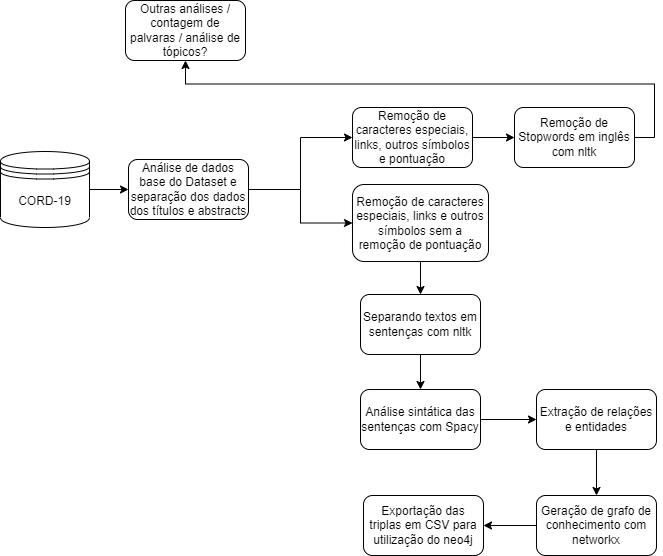
Above: Drawio Cord19/workflow.drawio (1).png in HGuigit/KnowledgeGraphExtractionfromText (draw.io), before the change. Source tidied: cells renumbered, new cells last; positions are measured from the earlier drawing's top-left corner, leaving out a move shared by most shapes.
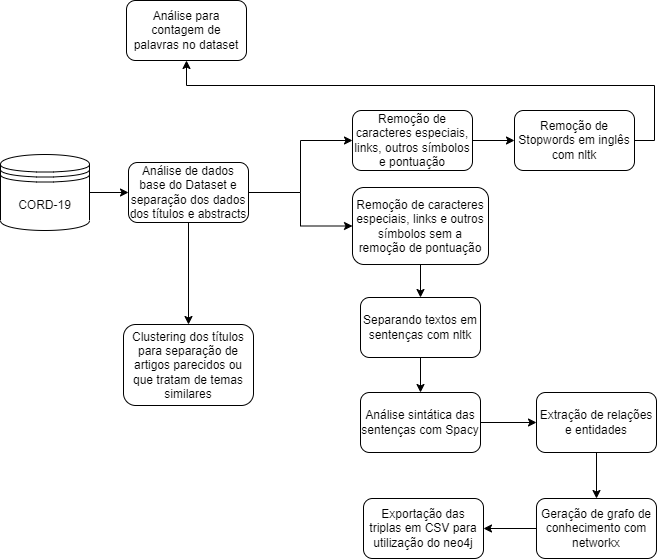
The same diagram one commit later.

The edit, as a diff of the source:
```diff
@@ -14,6 +14,9 @@
     <mxCell id="5" style="edgeStyle=orthogonalEdgeStyle;rounded=0;jettySize=auto;html=1;" parent="1" edge="1" source="6" target="10">
       <mxGeometry relative="1" as="geometry" />
     </mxCell>
+    <mxCell id="23" style="edgeStyle=orthogonalEdgeStyle;rounded=0;jettySize=auto;html=1;exitX=0.5;exitY=1;exitDx=0;exitDy=0;entryX=0.5;entryY=0;entryDx=0;entryDy=0;" parent="1" edge="1" source="6" target="24">
+      <mxGeometry relative="1" as="geometry" />
+    </mxCell>
     <mxCell id="6" value="Análise de dados base do Dataset e separação dos dados dos títulos e abstracts" style="rounded=1;whiteSpace=wrap;html=1;" parent="1" vertex="1">
       <mxGeometry x="128" y="159" width="120" height="60" as="geometry" />
     </mxCell>
@@ -35,8 +38,8 @@
     <mxCell id="12" value="Remoção de Stopwords em inglês com nltk" style="rounded=1;whiteSpace=wrap;html=1;" parent="1" vertex="1">
       <mxGeometry x="514" y="107" width="120" height="60" as="geometry" />
     </mxCell>
-    <mxCell id="13" value="Outras análises / contagem de palvaras / análise de tópicos?" style="rounded=1;whiteSpace=wrap;html=1;" parent="1" vertex="1">
-      <mxGeometry x="125" width="120" height="60" as="geometry" />
+    <mxCell id="13" value="Análise para contagem de palavras no dataset" style="rounded=1;whiteSpace=wrap;html=1;" parent="1" vertex="1">
+      <mxGeometry x="126" y="-3" width="120" height="60" as="geometry" />
     </mxCell>
     <mxCell id="14" style="edgeStyle=orthogonalEdgeStyle;rounded=0;jettySize=auto;html=1;exitX=0.5;exitY=1;exitDx=0;exitDy=0;" parent="1" edge="1" source="15" target="17">
       <mxGeometry relative="1" as="geometry" />
@@ -65,5 +68,8 @@
     <mxCell id="22" value="Exportação das triplas em CSV para utilização do neo4j" style="rounded=1;whiteSpace=wrap;html=1;" parent="1" vertex="1">
       <mxGeometry x="363" y="495" width="120" height="60" as="geometry" />
     </mxCell>
+    <mxCell id="24" value="Clustering dos títulos para separação de artigos parecidos ou que tratam de temas similares" style="rounded=1;whiteSpace=wrap;html=1;" parent="1" vertex="1">
+      <mxGeometry x="123" y="321" width="130" height="81" as="geometry" />
+    </mxCell>
   </root>
 </mxGraphModel>
```
